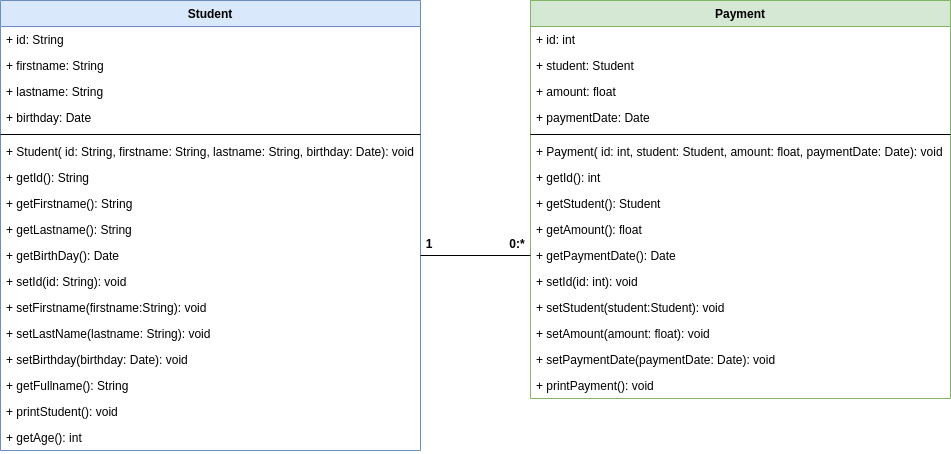
Above: Diagrams/classes.drawio.png in profeshor/playgrounds (draw.io), before the change. Source tidied: cells renumbered, new cells last; positions are measured from the earlier drawing's top-left corner, leaving out a move shared by most shapes.
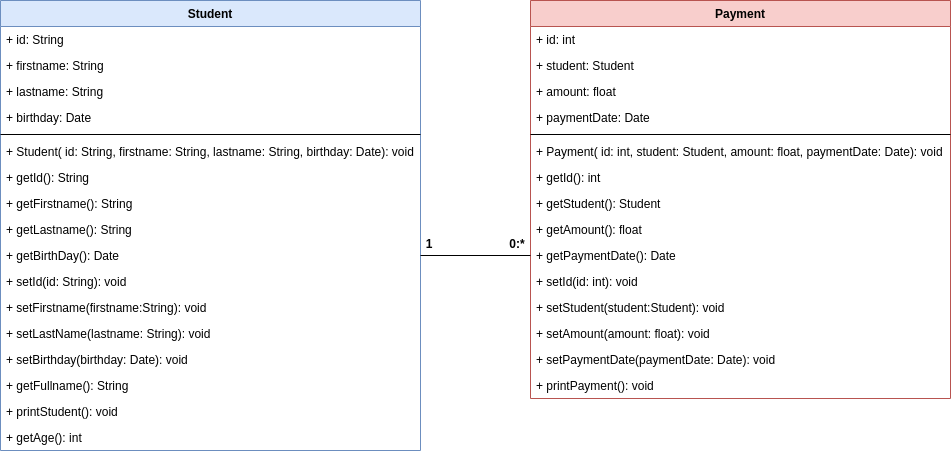
After the change.

What changed in the source:
```diff
@@ -56,7 +56,7 @@
     <mxCell id="19" value="+ getAge(): int&#10;" style="text;strokeColor=none;fillColor=none;align=left;verticalAlign=top;spacingLeft=4;spacingRight=4;overflow=hidden;" parent="2" vertex="1">
       <mxGeometry y="424" width="420" height="26" as="geometry" />
     </mxCell>
-    <mxCell id="20" value="Payment" style="swimlane;fontStyle=1;align=center;verticalAlign=top;horizontal=1;startSize=26;fillColor=#d5e8d4;strokeColor=#82b366;" parent="1" vertex="1">
+    <mxCell id="20" value="Payment" style="swimlane;fontStyle=1;align=center;verticalAlign=top;horizontal=1;startSize=26;fillColor=#f8cecc;strokeColor=#b85450;" parent="1" vertex="1">
       <mxGeometry x="530" width="420" height="398" as="geometry" />
     </mxCell>
     <mxCell id="21" value="+ id: int" style="text;strokeColor=none;fillColor=none;align=left;verticalAlign=top;spacingLeft=4;spacingRight=4;overflow=hidden;" parent="20" vertex="1">
```
